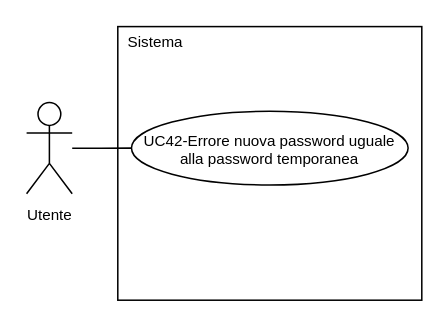
Above: 2-RTB/Documenti_esterni/Analisi_dei_requisiti/draw.io/UC42.drawio in SnakeByteTeam/snakebyteteam.github.io (draw.io), before the change. Source tidied: cells renumbered, new cells numbered last; positions are measured from the earlier drawing's top-left corner, leaving out a move shared by most shapes. Both pictures are drawn from the tidied source at 152%, with x=0, y=0 at pixel (26, 26).
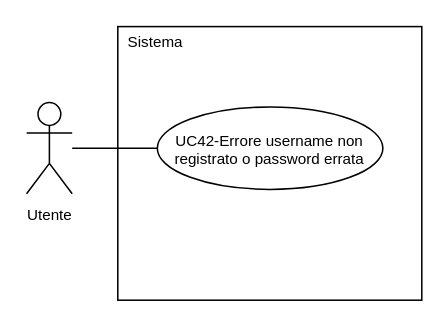
Above is the later version.

Change to the diagram source:
```diff
@@
 <mxGraphModel>
   <root>
     <mxCell id="0" />
     <mxCell id="1" parent="0" />
     <mxCell id="2" value="&lt;font style=&quot;font-size: 10px; line-height: 100%;&quot;&gt;Utente&lt;/font&gt;" style="shape=umlActor;verticalLabelPosition=bottom;verticalAlign=top;html=1;outlineConnect=0;" parent="1" vertex="1">
       <mxGeometry y="50" width="30" height="60" as="geometry" />
     </mxCell>
     <mxCell id="3" style="rounded=0;whiteSpace=wrap;html=1;" parent="1" vertex="1">
       <mxGeometry x="60" width="200" height="180" as="geometry" />
     </mxCell>
     <mxCell id="4" style="edgeStyle=orthogonalEdgeStyle;rounded=0;jettySize=auto;html=1;exitX=0;exitY=0.5;exitDx=0;exitDy=0;endArrow=none;endFill=0;" parent="1" edge="1" source="5" target="2">
       <mxGeometry relative="1" as="geometry" />
     </mxCell>
-    <mxCell id="5" value="&lt;div style=&quot;line-height: 100%;&quot;&gt;&lt;font style=&quot;line-height: 100%; font-size: 10px;&quot;&gt;UC42-Errore nuova password uguale alla password temporanea&lt;/font&gt;&lt;/div&gt;" style="ellipse;whiteSpace=wrap;html=1;" parent="1" vertex="1">
-      <mxGeometry x="69" y="55.7" width="182" height="48.5" as="geometry" />
+    <mxCell id="5" value="&lt;div style=&quot;line-height: 100%;&quot;&gt;&lt;font style=&quot;line-height: 100%; font-size: 10px;&quot;&gt;UC42-Errore username non registrato o password errata&lt;/font&gt;&lt;/div&gt;" style="ellipse;whiteSpace=wrap;html=1;" parent="1" vertex="1">
+      <mxGeometry x="86" y="52.9" width="148.4" height="54.2" as="geometry" />
     </mxCell>
     <mxCell id="6" value="&lt;font style=&quot;font-size: 10px;&quot;&gt;Sistema&lt;/font&gt;" style="text;html=1;whiteSpace=wrap;strokeColor=none;fillColor=none;align=center;verticalAlign=middle;rounded=0;" parent="1" vertex="1">
       <mxGeometry x="60" width="50" height="20" as="geometry" />
     </mxCell>
   </root>
 </mxGraphModel>
```
